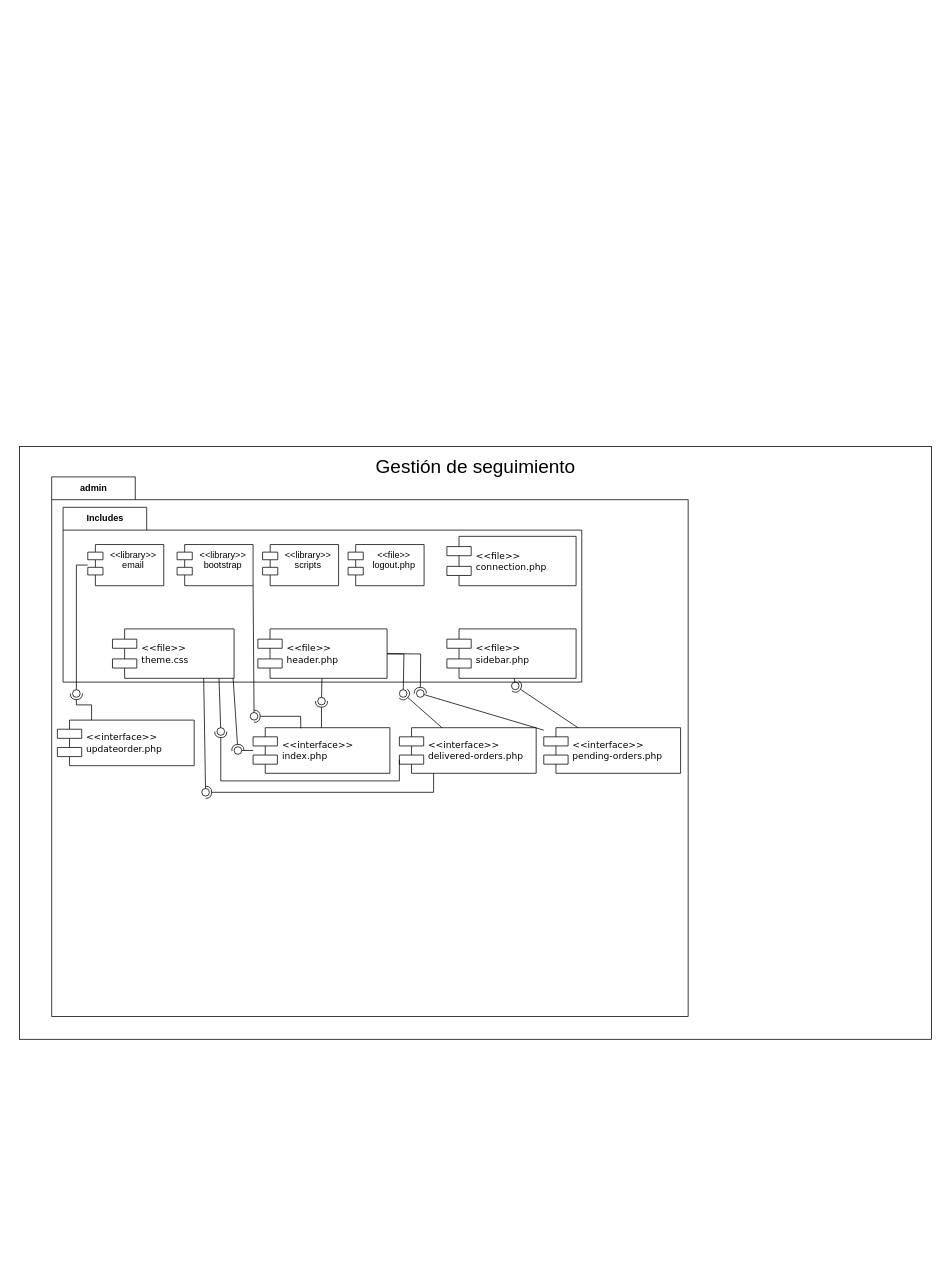
The draw.io diagram Diagramas/DiagramaNuevoJorge.drawio in JorgeADnro/Torres, before the edit. Source tidied: cells renumbered, new cells numbered last; positions are measured from the earlier drawing's top-left corner, leaving out a move shared by most shapes. Both pictures are drawn from the tidied source at 76%, with x=0, y=0 at pixel (19, 446).
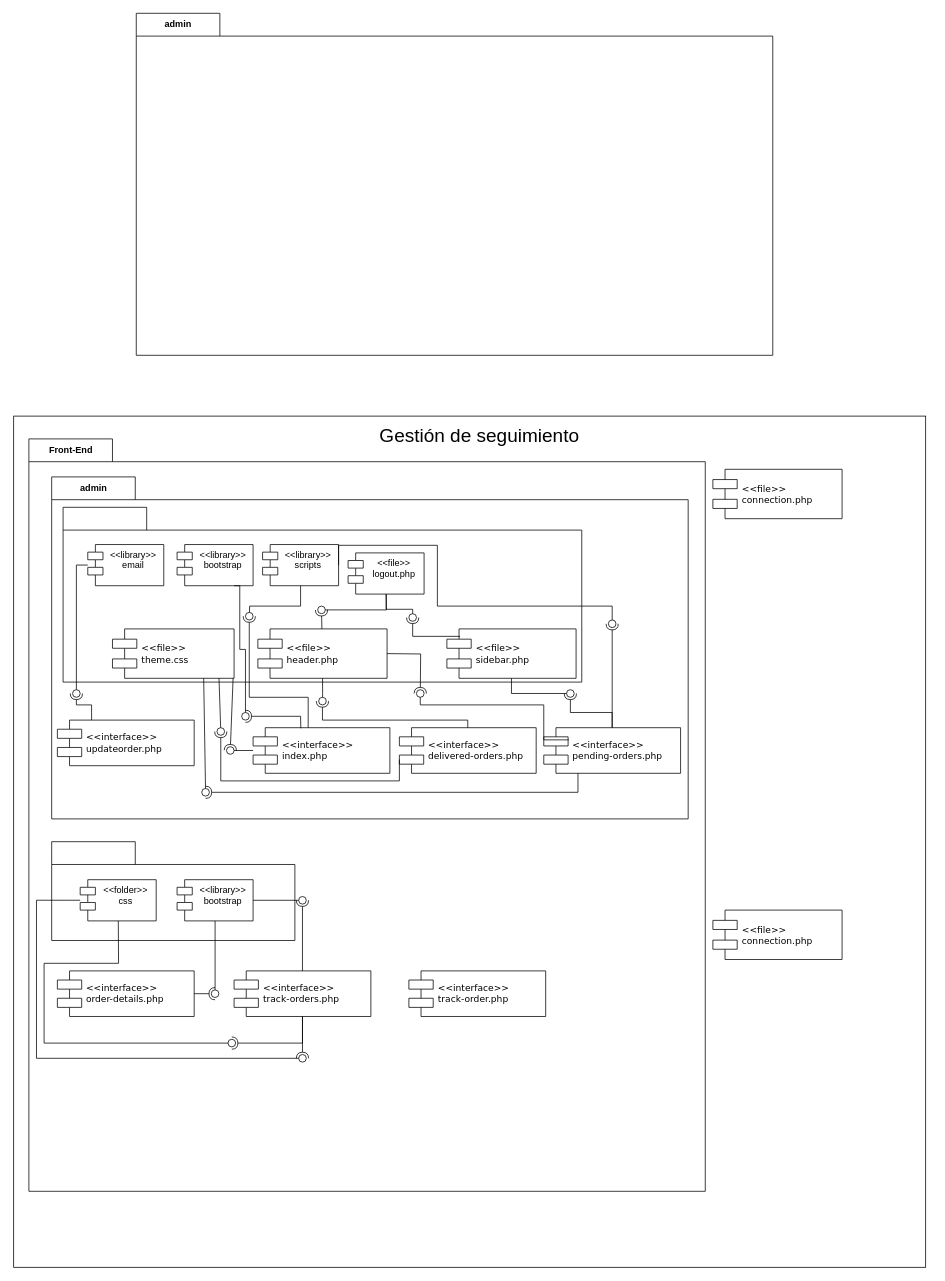
Above is the later version.

The change refers to these unchanged cells:
```xml
<mxCell id="7" value="&amp;lt;&amp;lt;interface&amp;gt;&amp;gt;&lt;br&gt;delivered-orders.php" style="shape=component;align=left;spacingLeft=36;rounded=0;shadow=0;comic=0;labelBackgroundColor=none;strokeWidth=1;fontFamily=Verdana;fontSize=12;html=1;" parent="1" vertex="1">
  <mxGeometry x="500" y="370" width="180" height="60" as="geometry" />
</mxCell>
<mxCell id="9" value="&amp;lt;&amp;lt;interface&amp;gt;&amp;gt;&lt;br&gt;index.php" style="shape=component;align=left;spacingLeft=36;rounded=0;shadow=0;comic=0;labelBackgroundColor=none;strokeWidth=1;fontFamily=Verdana;fontSize=12;html=1;" parent="1" vertex="1">
  <mxGeometry x="307.5" y="370" width="180" height="60" as="geometry" />
</mxCell>
<mxCell id="13" style="ellipse;whiteSpace=wrap;html=1;align=center;fillColor=none;strokeColor=none;perimeter=centerPerimeter;points=[];outlineConnect=1;" parent="1" vertex="1">
  <mxGeometry x="392.5" y="330" width="10" height="10" as="geometry" />
</mxCell>
<mxCell id="17" value="&amp;lt;&amp;lt;file&amp;gt;&amp;gt;&lt;br&gt;header.php" style="shape=component;align=left;spacingLeft=36;rounded=0;shadow=0;comic=0;labelBackgroundColor=none;strokeWidth=1;fontFamily=Verdana;fontSize=12;html=1;" parent="1" vertex="1">
  <mxGeometry x="313.8" y="240" width="170" height="65" as="geometry" />
</mxCell>
<mxCell id="20" value="&amp;lt;&amp;lt;library&amp;gt;&amp;gt;&lt;br&gt;bootstrap" style="shape=module;align=left;spacingLeft=20;align=center;verticalAlign=top;whiteSpace=wrap;html=1;" parent="1" vertex="1">
  <mxGeometry x="207.5" y="129" width="100" height="54.2" as="geometry" />
</mxCell>
<mxCell id="21" value="&amp;lt;&amp;lt;file&amp;gt;&amp;gt;&lt;br&gt;sidebar.php" style="shape=component;align=left;spacingLeft=36;rounded=0;shadow=0;comic=0;labelBackgroundColor=none;strokeWidth=1;fontFamily=Verdana;fontSize=12;html=1;" parent="1" vertex="1">
  <mxGeometry x="562.5" y="240" width="170" height="65" as="geometry" />
</mxCell>
<mxCell id="24" value="&amp;lt;&amp;lt;interface&amp;gt;&amp;gt;&lt;br&gt;pending-orders.php" style="shape=component;align=left;spacingLeft=36;rounded=0;shadow=0;comic=0;labelBackgroundColor=none;strokeWidth=1;fontFamily=Verdana;fontSize=12;html=1;" parent="1" vertex="1">
  <mxGeometry x="690" y="370" width="180" height="60" as="geometry" />
</mxCell>
<mxCell id="26" value="&amp;lt;&amp;lt;library&amp;gt;&amp;gt;&lt;br&gt;scripts" style="shape=module;align=left;spacingLeft=20;align=center;verticalAlign=top;whiteSpace=wrap;html=1;" parent="1" vertex="1">
  <mxGeometry x="320" y="129" width="100" height="54.2" as="geometry" />
</mxCell>
<mxCell id="38" style="ellipse;whiteSpace=wrap;html=1;align=center;fillColor=none;strokeColor=none;perimeter=centerPerimeter;points=[];outlineConnect=1;" parent="1" vertex="1">
  <mxGeometry x="522.5" y="320" width="10" height="10" as="geometry" />
</mxCell>
<mxCell id="47" style="ellipse;whiteSpace=wrap;html=1;align=center;fillColor=none;strokeColor=none;perimeter=centerPerimeter;points=[];outlineConnect=1;" parent="1" vertex="1">
  <mxGeometry x="240" y="450" width="10" height="10" as="geometry" />
</mxCell>
```

Diff of the diagram source:
```diff
@@
     <mxCell id="2" style="rounded=0;whiteSpace=wrap;html=1;" parent="1" vertex="1">
-      <mxGeometry width="1200" height="780" as="geometry" />
+      <mxGeometry x="-7.5" y="-40" width="1200" height="1120" as="geometry" />
     </mxCell>
+    <mxCell id="51" value="Front-End" style="shape=folder;fontStyle=1;tabWidth=110;tabHeight=30;tabPosition=left;html=1;boundedLbl=1;labelInHeader=1;whiteSpace=wrap;" parent="1" vertex="1">
+      <mxGeometry x="12.5" y="-10" width="890" height="990" as="geometry" />
+    </mxCell>
     <mxCell id="3" value="&lt;font style=&quot;font-size: 25px;&quot;&gt;Gestión de seguimiento&lt;/font&gt;" style="text;strokeColor=none;align=center;fillColor=none;html=1;verticalAlign=middle;whiteSpace=wrap;rounded=0;" parent="1" vertex="1">
-      <mxGeometry x="467.5" y="10" width="265" height="30" as="geometry" />
+      <mxGeometry x="472.5" y="-30" width="265" height="30" as="geometry" />
     </mxCell>
@@
     <mxCell id="5" value="admin" style="shape=folder;fontStyle=1;tabWidth=110;tabHeight=30;tabPosition=left;html=1;boundedLbl=1;labelInHeader=1;whiteSpace=wrap;" parent="1" vertex="1">
-      <mxGeometry x="42.5" y="40" width="837.5" height="710" as="geometry" />
+      <mxGeometry x="42.5" y="40" width="837.5" height="450" as="geometry" />
     </mxCell>
-    <mxCell id="6" value="Includes" style="shape=folder;fontStyle=1;tabWidth=110;tabHeight=30;tabPosition=left;html=1;boundedLbl=1;labelInHeader=1;whiteSpace=wrap;" parent="1" vertex="1">
+    <mxCell id="6" style="shape=folder;fontStyle=1;tabWidth=110;tabHeight=30;tabPosition=left;html=1;boundedLbl=1;labelInHeader=1;whiteSpace=wrap;" parent="1" vertex="1">
       <mxGeometry x="57.5" y="80" width="682.5" height="230" as="geometry" />
     </mxCell>
@@
-    <mxCell id="11" style="ellipse;whiteSpace=wrap;html=1;align=center;fillColor=none;strokeColor=none;perimeter=centerPerimeter;" parent="1" vertex="1">
-      <mxGeometry x="392.5" y="630" width="10" height="10" as="geometry" />
-    </mxCell>
-    <mxCell id="12" style="rounded=0;jettySize=auto;html=1;endArrow=halfCircle;endFill=0;endSize=6;strokeWidth=1;sketch=0;exitX=0.5;exitY=0;exitDx=0;exitDy=0;" parent="1" edge="1" source="9" target="13">
-      <mxGeometry relative="1" as="geometry" />
-    </mxCell>
@@
-    <mxCell id="16" style="rounded=0;jettySize=auto;html=1;endArrow=oval;endFill=0;sketch=0;sourcePerimeterSpacing=0;targetPerimeterSpacing=0;endSize=10;" parent="1" edge="1" source="17" target="13">
-      <mxGeometry relative="1" as="geometry" />
-    </mxCell>
@@
     <mxCell id="22" value="&amp;lt;&amp;lt;file&amp;gt;&amp;gt;&lt;br&gt;connection.php" style="shape=component;align=left;spacingLeft=36;rounded=0;shadow=0;comic=0;labelBackgroundColor=none;strokeWidth=1;fontFamily=Verdana;fontSize=12;html=1;" parent="1" vertex="1">
-      <mxGeometry x="562.5" y="118.2" width="170" height="65" as="geometry" />
+      <mxGeometry x="912.5" y="30" width="170" height="65" as="geometry" />
     </mxCell>
     <mxCell id="23" value="&amp;lt;&amp;lt;file&amp;gt;&amp;gt;&lt;br&gt;logout.php" style="shape=module;align=left;spacingLeft=20;align=center;verticalAlign=top;whiteSpace=wrap;html=1;" parent="1" vertex="1">
-      <mxGeometry x="432.5" y="129" width="100" height="54.2" as="geometry" />
+      <mxGeometry x="432.5" y="140" width="100" height="54.2" as="geometry" />
     </mxCell>
@@
-    <mxCell id="28" style="rounded=0;jettySize=auto;html=1;endArrow=oval;endFill=0;sketch=0;sourcePerimeterSpacing=0;targetPerimeterSpacing=0;endSize=10;exitX=1;exitY=1;exitDx=0;exitDy=0;" parent="1" edge="1" source="20" target="29">
-      <mxGeometry relative="1" as="geometry" />
+    <mxCell id="28" style="rounded=0;jettySize=auto;html=1;endArrow=oval;endFill=0;sketch=0;sourcePerimeterSpacing=0;targetPerimeterSpacing=0;endSize=10;exitX=0.75;exitY=1;exitDx=0;exitDy=0;edgeStyle=orthogonalEdgeStyle;" parent="1" edge="1" source="20" target="29">
+      <mxGeometry relative="1" as="geometry">
+        <Array as="points">
+          <mxPoint x="290" y="183" />
+          <mxPoint x="290" y="267" />
+          <mxPoint x="298" y="267" />
+        </Array>
+      </mxGeometry>
     </mxCell>
     <mxCell id="29" style="ellipse;whiteSpace=wrap;html=1;align=center;fillColor=none;strokeColor=none;perimeter=centerPerimeter;points=[];outlineConnect=1;" parent="1" vertex="1">
-      <mxGeometry x="303.8" y="350" width="10" height="10" as="geometry" />
+      <mxGeometry x="292.5" y="350" width="10" height="10" as="geometry" />
     </mxCell>
@@
     <mxCell id="32" style="ellipse;whiteSpace=wrap;html=1;align=center;fillColor=none;strokeColor=none;perimeter=centerPerimeter;points=[];outlineConnect=1;" parent="1" vertex="1">
-      <mxGeometry x="282.5" y="395" width="10" height="10" as="geometry" />
+      <mxGeometry x="272.5" y="395" width="10" height="10" as="geometry" />
     </mxCell>
-    <mxCell id="33" style="rounded=0;jettySize=auto;html=1;endArrow=halfCircle;endFill=0;endSize=6;strokeWidth=1;sketch=0;" parent="1" edge="1" source="7" target="35">
-      <mxGeometry relative="1" as="geometry" />
+    <mxCell id="33" style="rounded=0;jettySize=auto;html=1;endArrow=halfCircle;endFill=0;endSize=6;strokeWidth=1;sketch=0;edgeStyle=orthogonalEdgeStyle;" parent="1" edge="1" source="7" target="35">
+      <mxGeometry relative="1" as="geometry">
+        <Array as="points">
+          <mxPoint x="590" y="360" />
+          <mxPoint x="399" y="360" />
+        </Array>
+      </mxGeometry>
     </mxCell>
     <mxCell id="34" style="rounded=0;jettySize=auto;html=1;endArrow=oval;endFill=0;sketch=0;sourcePerimeterSpacing=0;targetPerimeterSpacing=0;endSize=10;" parent="1" edge="1" source="17" target="35">
       <mxGeometry relative="1" as="geometry">
         <Array as="points">
-          <mxPoint x="506" y="273" />
+          <mxPoint x="399" y="325" />
         </Array>
       </mxGeometry>
     </mxCell>
     <mxCell id="35" style="ellipse;whiteSpace=wrap;html=1;align=center;fillColor=none;strokeColor=none;perimeter=centerPerimeter;points=[];outlineConnect=1;" parent="1" vertex="1">
-      <mxGeometry x="500" y="320" width="10" height="10" as="geometry" />
+      <mxGeometry x="393.8" y="330" width="10" height="10" as="geometry" />
     </mxCell>
@@
-    <mxCell id="37" style="rounded=0;jettySize=auto;html=1;endArrow=oval;endFill=0;sketch=0;sourcePerimeterSpacing=0;targetPerimeterSpacing=0;endSize=10;" parent="1" edge="1" source="24" target="38">
-      <mxGeometry relative="1" as="geometry" />
+    <mxCell id="37" style="rounded=0;jettySize=auto;html=1;endArrow=oval;endFill=0;sketch=0;sourcePerimeterSpacing=0;targetPerimeterSpacing=0;endSize=10;edgeStyle=orthogonalEdgeStyle;exitX=0.183;exitY=0.267;exitDx=0;exitDy=0;exitPerimeter=0;" parent="1" edge="1" source="24" target="38">
+      <mxGeometry relative="1" as="geometry">
+        <Array as="points">
+          <mxPoint x="690" y="386" />
+          <mxPoint x="690" y="340" />
+          <mxPoint x="528" y="340" />
+        </Array>
+      </mxGeometry>
     </mxCell>
@@
-    <mxCell id="39" style="rounded=0;jettySize=auto;html=1;endArrow=halfCircle;endFill=0;endSize=6;strokeWidth=1;sketch=0;" parent="1" edge="1" source="24" target="41">
+    <mxCell id="39" style="rounded=0;jettySize=auto;html=1;endArrow=halfCircle;endFill=0;endSize=6;strokeWidth=1;sketch=0;edgeStyle=orthogonalEdgeStyle;exitX=0.5;exitY=0;exitDx=0;exitDy=0;" parent="1" edge="1" source="24" target="41">
       <mxGeometry relative="1" as="geometry" />
     </mxCell>
-    <mxCell id="40" style="rounded=0;jettySize=auto;html=1;endArrow=oval;endFill=0;sketch=0;sourcePerimeterSpacing=0;targetPerimeterSpacing=0;endSize=10;" parent="1" edge="1" source="21" target="41">
+    <mxCell id="40" style="rounded=0;jettySize=auto;html=1;endArrow=oval;endFill=0;sketch=0;sourcePerimeterSpacing=0;targetPerimeterSpacing=0;endSize=10;edgeStyle=orthogonalEdgeStyle;" parent="1" edge="1" source="21" target="41">
       <mxGeometry relative="1" as="geometry" />
     </mxCell>
     <mxCell id="41" style="ellipse;whiteSpace=wrap;html=1;align=center;fillColor=none;strokeColor=none;perimeter=centerPerimeter;points=[];outlineConnect=1;" parent="1" vertex="1">
-      <mxGeometry x="647.5" y="310" width="10" height="10" as="geometry" />
+      <mxGeometry x="720" y="320" width="10" height="10" as="geometry" />
     </mxCell>
@@
-    <mxCell id="45" style="rounded=0;jettySize=auto;html=1;endArrow=halfCircle;endFill=0;endSize=6;strokeWidth=1;sketch=0;exitX=0.25;exitY=1;exitDx=0;exitDy=0;" parent="1" edge="1" source="7" target="47">
+    <mxCell id="45" style="rounded=0;jettySize=auto;html=1;endArrow=halfCircle;endFill=0;endSize=6;strokeWidth=1;sketch=0;exitX=0.25;exitY=1;exitDx=0;exitDy=0;" parent="1" edge="1" source="24" target="47">
       <mxGeometry relative="1" as="geometry">
         <Array as="points">
-          <mxPoint x="545" y="455" />
+          <mxPoint x="735" y="455" />
         </Array>
       </mxGeometry>
     </mxCell>
@@
+    <mxCell id="52" style="rounded=0;jettySize=auto;html=1;endArrow=halfCircle;endFill=0;endSize=6;strokeWidth=1;sketch=0;" parent="1" edge="1" source="24" target="54">
+      <mxGeometry relative="1" as="geometry" />
+    </mxCell>
+    <mxCell id="53" style="rounded=0;jettySize=auto;html=1;endArrow=oval;endFill=0;sketch=0;sourcePerimeterSpacing=0;targetPerimeterSpacing=0;endSize=10;edgeStyle=orthogonalEdgeStyle;exitX=1;exitY=0.5;exitDx=0;exitDy=0;" parent="1" edge="1" source="26" target="54">
+      <mxGeometry relative="1" as="geometry">
+        <Array as="points">
+          <mxPoint x="420" y="130" />
+          <mxPoint x="550" y="130" />
+          <mxPoint x="550" y="210" />
+          <mxPoint x="780" y="210" />
+        </Array>
+      </mxGeometry>
+    </mxCell>
+    <mxCell id="54" style="ellipse;whiteSpace=wrap;html=1;align=center;fillColor=none;strokeColor=none;perimeter=centerPerimeter;points=[];outlineConnect=1;" parent="1" vertex="1">
+      <mxGeometry x="775" y="228.3" width="10" height="10" as="geometry" />
+    </mxCell>
+    <mxCell id="55" style="rounded=0;jettySize=auto;html=1;endArrow=halfCircle;endFill=0;endSize=6;strokeWidth=1;sketch=0;edgeStyle=orthogonalEdgeStyle;" parent="1" edge="1" source="9" target="57">
+      <mxGeometry relative="1" as="geometry">
+        <Array as="points">
+          <mxPoint x="380" y="330" />
+          <mxPoint x="303" y="330" />
+        </Array>
+      </mxGeometry>
+    </mxCell>
+    <mxCell id="56" style="rounded=0;jettySize=auto;html=1;endArrow=oval;endFill=0;sketch=0;sourcePerimeterSpacing=0;targetPerimeterSpacing=0;endSize=10;" parent="1" edge="1" source="26" target="57">
+      <mxGeometry relative="1" as="geometry">
+        <Array as="points">
+          <mxPoint x="370" y="210" />
+          <mxPoint x="303" y="210" />
+        </Array>
+      </mxGeometry>
+    </mxCell>
+    <mxCell id="57" style="ellipse;whiteSpace=wrap;html=1;align=center;fillColor=none;strokeColor=none;perimeter=centerPerimeter;points=[];outlineConnect=1;" parent="1" vertex="1">
+      <mxGeometry x="297.5" y="218.3" width="10" height="10" as="geometry" />
+    </mxCell>
+    <mxCell id="58" style="rounded=0;jettySize=auto;html=1;endArrow=halfCircle;endFill=0;endSize=6;strokeWidth=1;sketch=0;" parent="1" edge="1" source="17" target="60">
+      <mxGeometry relative="1" as="geometry" />
+    </mxCell>
+    <mxCell id="59" style="rounded=0;jettySize=auto;html=1;endArrow=oval;endFill=0;sketch=0;sourcePerimeterSpacing=0;targetPerimeterSpacing=0;endSize=10;" parent="1" edge="1" source="23" target="60">
+      <mxGeometry relative="1" as="geometry">
+        <Array as="points">
+          <mxPoint x="483" y="215" />
+        </Array>
+      </mxGeometry>
+    </mxCell>
+    <mxCell id="60" style="ellipse;whiteSpace=wrap;html=1;align=center;fillColor=none;strokeColor=none;perimeter=centerPerimeter;points=[];outlineConnect=1;" parent="1" vertex="1">
+      <mxGeometry x="392.5" y="210" width="10" height="10" as="geometry" />
+    </mxCell>
+    <mxCell id="61" style="rounded=0;jettySize=auto;html=1;endArrow=halfCircle;endFill=0;endSize=6;strokeWidth=1;sketch=0;edgeStyle=orthogonalEdgeStyle;exitX=0.102;exitY=0.151;exitDx=0;exitDy=0;exitPerimeter=0;" parent="1" edge="1" source="21" target="63">
+      <mxGeometry relative="1" as="geometry">
+        <Array as="points">
+          <mxPoint x="518" y="250" />
+        </Array>
+      </mxGeometry>
+    </mxCell>
+    <mxCell id="62" style="rounded=0;jettySize=auto;html=1;endArrow=oval;endFill=0;sketch=0;sourcePerimeterSpacing=0;targetPerimeterSpacing=0;endSize=10;edgeStyle=orthogonalEdgeStyle;" parent="1" edge="1" source="23" target="63">
+      <mxGeometry relative="1" as="geometry" />
+    </mxCell>
+    <mxCell id="63" style="ellipse;whiteSpace=wrap;html=1;align=center;fillColor=none;strokeColor=none;perimeter=centerPerimeter;points=[];outlineConnect=1;" parent="1" vertex="1">
+      <mxGeometry x="512.5" y="220" width="10" height="10" as="geometry" />
+    </mxCell>
+    <mxCell id="64" value="admin" style="shape=folder;fontStyle=1;tabWidth=110;tabHeight=30;tabPosition=left;html=1;boundedLbl=1;labelInHeader=1;whiteSpace=wrap;" parent="1" vertex="1">
+      <mxGeometry x="153.8" y="-570" width="837.5" height="450" as="geometry" />
+    </mxCell>
+    <mxCell id="65" style="ellipse;whiteSpace=wrap;html=1;align=center;fillColor=none;strokeColor=none;perimeter=centerPerimeter;" parent="1" vertex="1">
+      <mxGeometry x="197.5" y="980" width="10" height="10" as="geometry" />
+    </mxCell>
+    <mxCell id="66" style="ellipse;whiteSpace=wrap;html=1;align=center;fillColor=none;strokeColor=none;perimeter=centerPerimeter;" parent="1" vertex="1">
+      <mxGeometry x="620" y="980" width="10" height="10" as="geometry" />
+    </mxCell>
+    <mxCell id="67" style="shape=folder;fontStyle=1;tabWidth=110;tabHeight=30;tabPosition=left;html=1;boundedLbl=1;labelInHeader=1;whiteSpace=wrap;" parent="1" vertex="1">
+      <mxGeometry x="42.5" y="520" width="320" height="130" as="geometry" />
+    </mxCell>
+    <mxCell id="68" value="&amp;lt;&amp;lt;folder&amp;gt;&amp;gt;&lt;br&gt;css" style="shape=module;align=left;spacingLeft=20;align=center;verticalAlign=top;whiteSpace=wrap;html=1;" parent="1" vertex="1">
+      <mxGeometry x="80" y="570" width="100" height="54.2" as="geometry" />
+    </mxCell>
+    <mxCell id="69" value="&amp;lt;&amp;lt;library&amp;gt;&amp;gt;&lt;br&gt;bootstrap" style="shape=module;align=left;spacingLeft=20;align=center;verticalAlign=top;whiteSpace=wrap;html=1;" parent="1" vertex="1">
+      <mxGeometry x="207.5" y="570" width="100" height="54.2" as="geometry" />
+    </mxCell>
+    <mxCell id="70" value="&amp;lt;&amp;lt;file&amp;gt;&amp;gt;&lt;br&gt;connection.php" style="shape=component;align=left;spacingLeft=36;rounded=0;shadow=0;comic=0;labelBackgroundColor=none;strokeWidth=1;fontFamily=Verdana;fontSize=12;html=1;" parent="1" vertex="1">
+      <mxGeometry x="912.5" y="610" width="170" height="65" as="geometry" />
+    </mxCell>
+    <mxCell id="71" value="&amp;lt;&amp;lt;interface&amp;gt;&amp;gt;&lt;br&gt;order-details.php" style="shape=component;align=left;spacingLeft=36;rounded=0;shadow=0;comic=0;labelBackgroundColor=none;strokeWidth=1;fontFamily=Verdana;fontSize=12;html=1;" parent="1" vertex="1">
+      <mxGeometry x="50" y="690" width="180" height="60" as="geometry" />
+    </mxCell>
+    <mxCell id="72" value="&amp;lt;&amp;lt;interface&amp;gt;&amp;gt;&lt;br&gt;track-order.php" style="shape=component;align=left;spacingLeft=36;rounded=0;shadow=0;comic=0;labelBackgroundColor=none;strokeWidth=1;fontFamily=Verdana;fontSize=12;html=1;" parent="1" vertex="1">
+      <mxGeometry x="512.5" y="690" width="180" height="60" as="geometry" />
+    </mxCell>
+    <mxCell id="73" value="&amp;lt;&amp;lt;interface&amp;gt;&amp;gt;&lt;br&gt;track-orders.php" style="shape=component;align=left;spacingLeft=36;rounded=0;shadow=0;comic=0;labelBackgroundColor=none;strokeWidth=1;fontFamily=Verdana;fontSize=12;html=1;" parent="1" vertex="1">
+      <mxGeometry x="282.5" y="690" width="180" height="60" as="geometry" />
+    </mxCell>
+    <mxCell id="74" style="rounded=0;jettySize=auto;html=1;endArrow=halfCircle;endFill=0;endSize=6;strokeWidth=1;sketch=0;" parent="1" edge="1" source="71" target="76">
+      <mxGeometry relative="1" as="geometry" />
+    </mxCell>
+    <mxCell id="75" style="rounded=0;jettySize=auto;html=1;endArrow=oval;endFill=0;sketch=0;sourcePerimeterSpacing=0;targetPerimeterSpacing=0;endSize=10;" parent="1" edge="1" source="69" target="76">
+      <mxGeometry relative="1" as="geometry" />
+    </mxCell>
+    <mxCell id="76" style="ellipse;whiteSpace=wrap;html=1;align=center;fillColor=none;strokeColor=none;perimeter=centerPerimeter;points=[];outlineConnect=1;" parent="1" vertex="1">
+      <mxGeometry x="252.5" y="715" width="10" height="10" as="geometry" />
+    </mxCell>
+    <mxCell id="77" style="rounded=0;jettySize=auto;html=1;endArrow=halfCircle;endFill=0;endSize=6;strokeWidth=1;sketch=0;" parent="1" edge="1" source="73" target="79">
+      <mxGeometry relative="1" as="geometry" />
+    </mxCell>
+    <mxCell id="78" style="rounded=0;jettySize=auto;html=1;endArrow=oval;endFill=0;sketch=0;sourcePerimeterSpacing=0;targetPerimeterSpacing=0;endSize=10;" parent="1" edge="1" source="69" target="79">
+      <mxGeometry relative="1" as="geometry" />
+    </mxCell>
+    <mxCell id="79" style="ellipse;whiteSpace=wrap;html=1;align=center;fillColor=none;strokeColor=none;perimeter=centerPerimeter;points=[];outlineConnect=1;" parent="1" vertex="1">
+      <mxGeometry x="367.5" y="592.1" width="10" height="10" as="geometry" />
+    </mxCell>
+    <mxCell id="80" style="rounded=0;jettySize=auto;html=1;endArrow=halfCircle;endFill=0;endSize=6;strokeWidth=1;sketch=0;" parent="1" edge="1" source="73" target="82">
+      <mxGeometry relative="1" as="geometry" />
+    </mxCell>
+    <mxCell id="81" style="rounded=0;jettySize=auto;html=1;endArrow=oval;endFill=0;sketch=0;sourcePerimeterSpacing=0;targetPerimeterSpacing=0;endSize=10;" parent="1" edge="1" source="68" target="82">
+      <mxGeometry relative="1" as="geometry">
+        <Array as="points">
+          <mxPoint x="22.5" y="597" />
+          <mxPoint x="22.5" y="805" />
+        </Array>
+      </mxGeometry>
+    </mxCell>
+    <mxCell id="82" style="ellipse;whiteSpace=wrap;html=1;align=center;fillColor=none;strokeColor=none;perimeter=centerPerimeter;points=[];outlineConnect=1;" parent="1" vertex="1">
+      <mxGeometry x="367.5" y="800" width="10" height="10" as="geometry" />
+    </mxCell>
+    <mxCell id="83" style="rounded=0;jettySize=auto;html=1;endArrow=halfCircle;endFill=0;endSize=6;strokeWidth=1;sketch=0;" parent="1" edge="1" source="73" target="85">
+      <mxGeometry relative="1" as="geometry">
+        <Array as="points">
+          <mxPoint x="372.5" y="785" />
+        </Array>
+      </mxGeometry>
+    </mxCell>
+    <mxCell id="84" style="rounded=0;jettySize=auto;html=1;endArrow=oval;endFill=0;sketch=0;sourcePerimeterSpacing=0;targetPerimeterSpacing=0;endSize=10;" parent="1" edge="1" source="68" target="85">
+      <mxGeometry relative="1" as="geometry">
+        <Array as="points">
+          <mxPoint x="130.5" y="680" />
+          <mxPoint x="32.5" y="680" />
+          <mxPoint x="32.5" y="785" />
+        </Array>
+      </mxGeometry>
+    </mxCell>
+    <mxCell id="85" style="ellipse;whiteSpace=wrap;html=1;align=center;fillColor=none;strokeColor=none;perimeter=centerPerimeter;points=[];outlineConnect=1;" parent="1" vertex="1">
+      <mxGeometry x="274.5" y="780" width="10" height="10" as="geometry" />
+    </mxCell>
```
